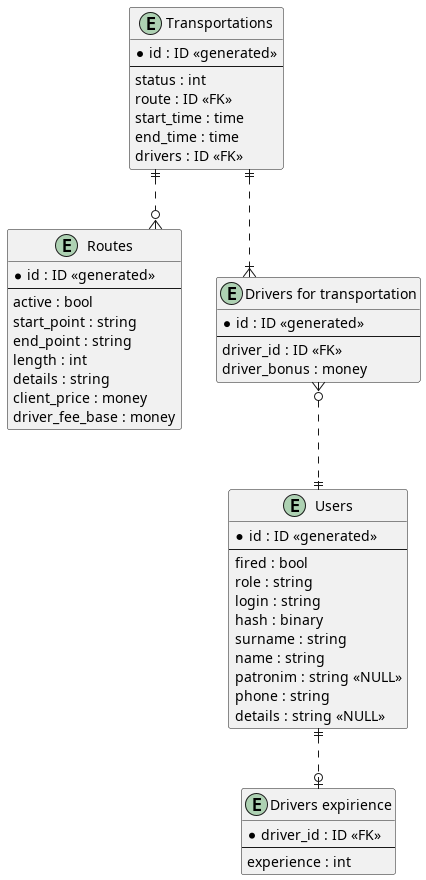
This is er/db.png from gur7en/kp4, a PlantUML export, as it was before one commit.
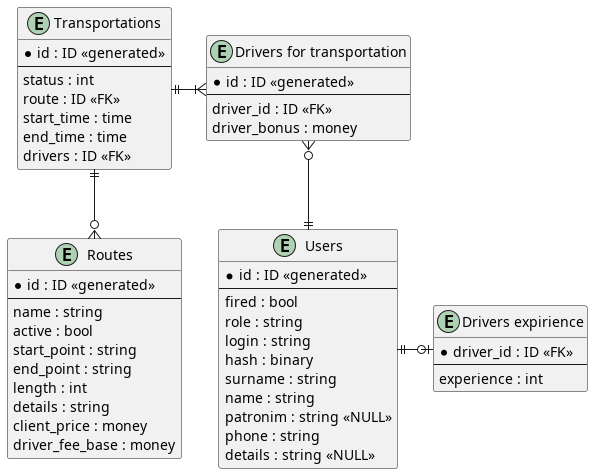
The same diagram one commit later.

What changed in the source:
```diff
@@ -25,6 +25,7 @@
 entity "Routes" as routes {
     *id : ID <<generated>>
     --
+    name : string
     active : bool
     start_point : string
     end_point : string
@@ -51,9 +52,9 @@
     driver_bonus : money
 }
 
-users ||..o| drv_exp
-transps ||..|{ drv_transp
-transps ||..o{ routes
-drv_transp }o..|| users
+users ||-right-o| drv_exp
+transps ||-right-|{ drv_transp
+transps ||-down-o{ routes
+drv_transp }o-down-|| users
 
 @enduml
```
